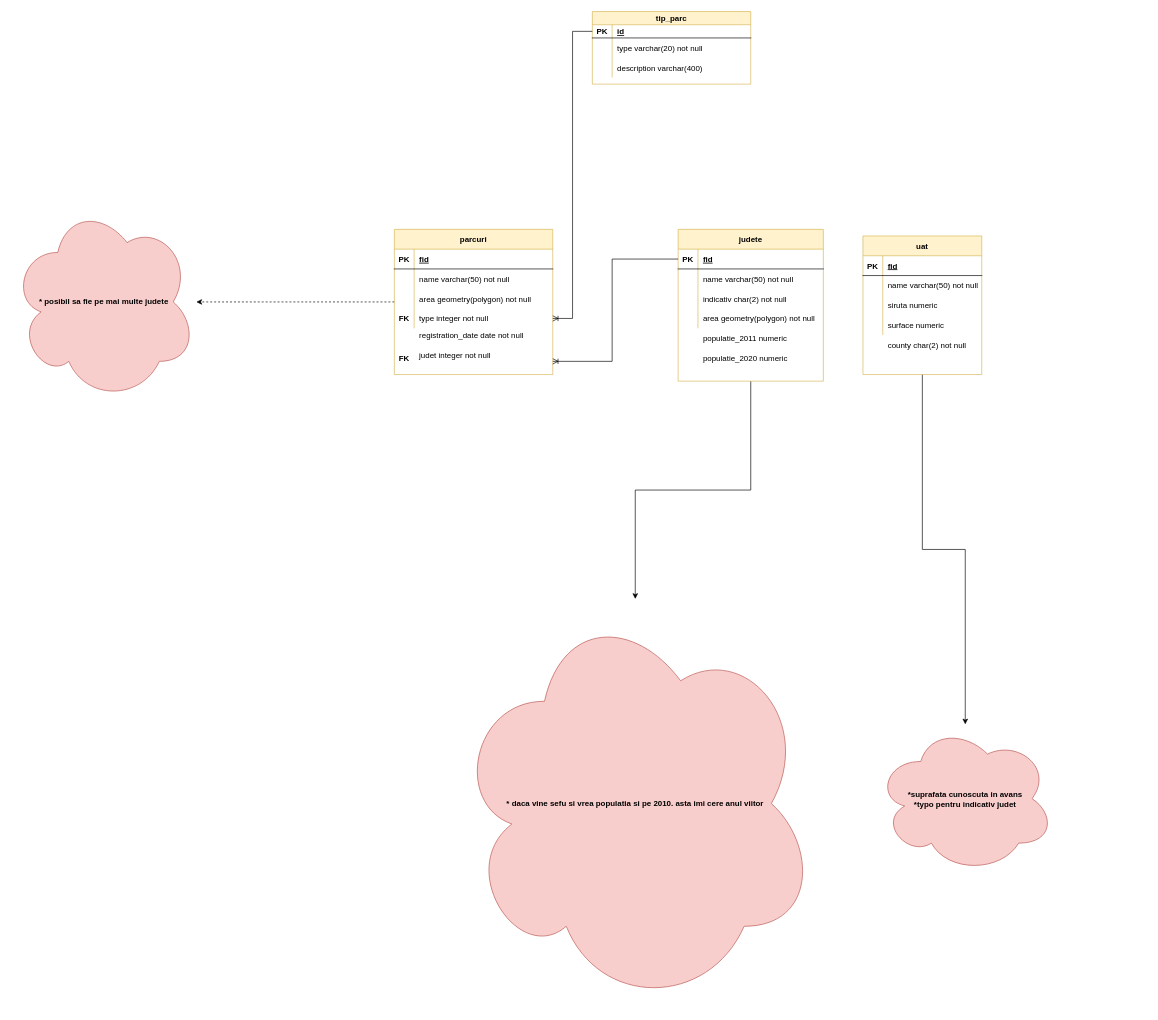
This is modelare_db1.drawio from MecaAlex/db_modeling, a draw.io file, before an edit. Source tidied: cells renumbered, new cells numbered last; positions are measured from the earlier drawing's top-left corner, leaving out a move shared by most shapes. Both pictures are drawn from the tidied source at 66%, with x=0, y=0 at pixel (11, 11).
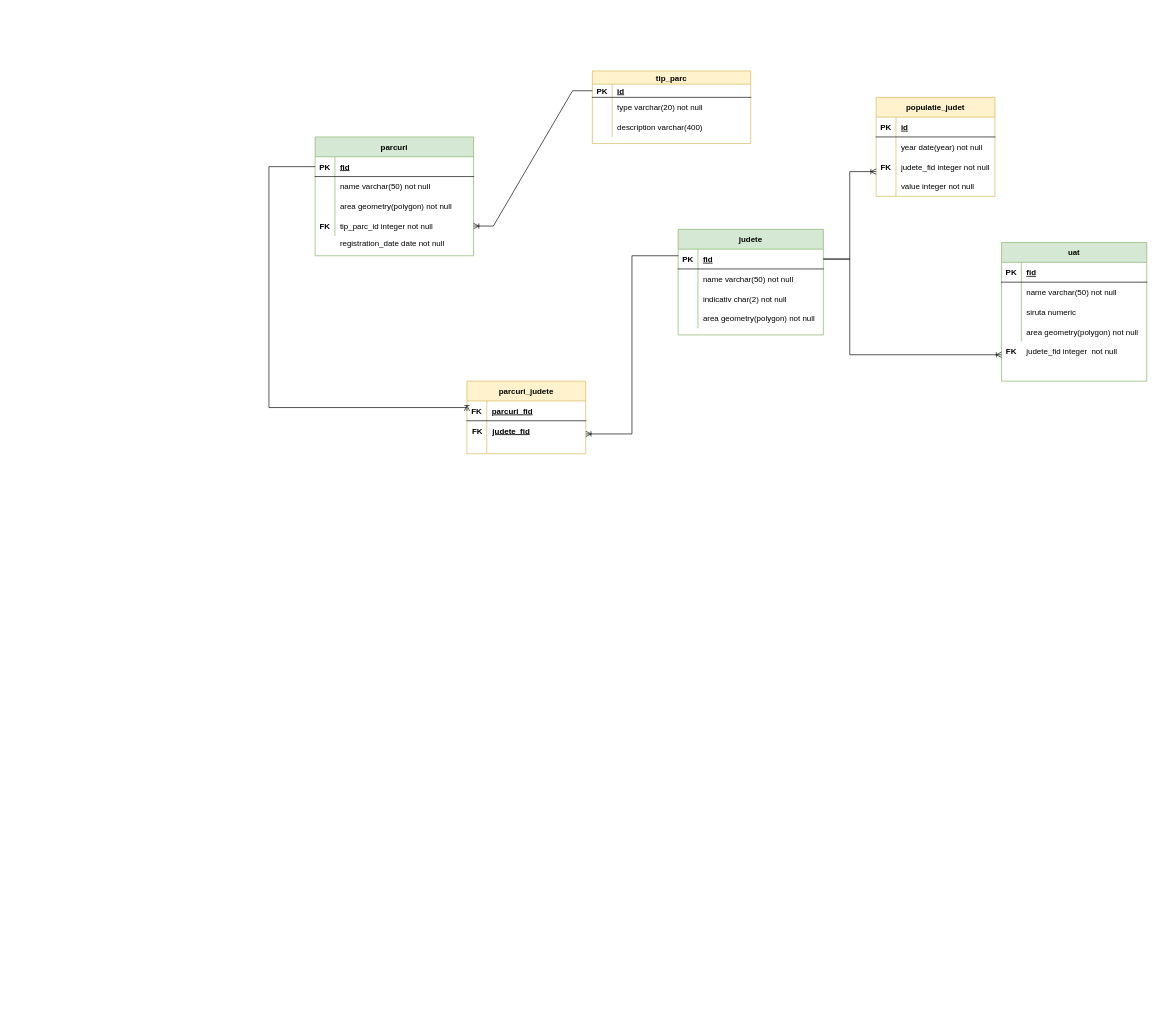
Above is the later version.

Unchanged cells that the change refers to:
```xml
<mxCell id="13" style="shape=tableRow;horizontal=0;startSize=0;swimlaneHead=0;swimlaneBody=0;fillColor=none;points=[[0,0.5],[1,0.5]];portConstraint=eastwest;top=0;left=0;right=0;bottom=0;" parent="3" vertex="1">
  <mxGeometry y="120" width="240" height="30" as="geometry" />
</mxCell>
<mxCell id="16" style="shape=tableRow;horizontal=0;startSize=0;swimlaneHead=0;swimlaneBody=0;fillColor=none;top=0;left=0;right=0;bottom=0;" parent="1" vertex="1">
  <mxGeometry x="640" y="480" width="220" height="30" as="geometry" />
</mxCell>
<mxCell id="22" style="shape=tableRow;horizontal=0;startSize=0;swimlaneHead=0;swimlaneBody=0;fillColor=none;points=[[0,0.5],[1,0.5]];portConstraint=eastwest;top=0;left=0;right=0;bottom=1;" parent="21" vertex="1">
  <mxGeometry y="30" width="220" height="30" as="geometry" />
</mxCell>
```

What changed in the source:
```diff
@@
-    <mxCell id="2" style="edgeStyle=orthogonalEdgeStyle;rounded=0;jettySize=auto;html=1;dashed=1;" parent="1" edge="1" source="3" target="51">
-      <mxGeometry relative="1" as="geometry" />
-    </mxCell>
-    <mxCell id="3" value="parcuri" style="shape=table;startSize=30;childLayout=tableLayout;rowLines=0;fontStyle=1;align=center;fillColor=#fff2cc;strokeColor=#d6b656;" parent="1" vertex="1">
-      <mxGeometry x="580" y="330" width="240" height="220" as="geometry" />
+    <mxCell id="3" value="parcuri" style="shape=table;startSize=30;childLayout=tableLayout;rowLines=0;fontStyle=1;align=center;fillColor=#d5e8d4;strokeColor=#82b366;" parent="1" vertex="1">
+      <mxGeometry x="460" y="190" width="240" height="180" as="geometry" />
     </mxCell>
@@
-    <mxCell id="15" value="type integer not null" style="shape=partialRectangle;fillColor=none;top=0;left=0;bottom=0;right=0;align=left;spacingLeft=6;overflow=hidden;" parent="13" vertex="1">
+    <mxCell id="15" value="tip_parc_id integer not null" style="shape=partialRectangle;fillColor=none;top=0;left=0;bottom=0;right=0;align=left;spacingLeft=6;overflow=hidden;" parent="13" vertex="1">
       <mxGeometry x="30" width="210" height="30" as="geometry" />
     </mxCell>
@@
     <mxCell id="17" style="shape=partialRectangle;fillColor=none;top=0;left=0;bottom=0;right=0;overflow=hidden;" parent="16" vertex="1">
-      <mxGeometry width="30" height="30" as="geometry" />
+      <mxGeometry x="-120" y="-140" width="30" height="30" as="geometry" />
     </mxCell>
     <mxCell id="18" value="registration_date date not null" style="shape=partialRectangle;fillColor=none;top=0;left=0;bottom=0;right=0;align=left;spacingLeft=6;overflow=hidden;" parent="1" vertex="1">
-      <mxGeometry x="610" y="475" width="190" height="30" as="geometry" />
+      <mxGeometry x="490" y="335" width="190" height="30" as="geometry" />
     </mxCell>
-    <mxCell id="19" value="judet integer not null" style="shape=partialRectangle;fillColor=none;top=0;left=0;bottom=0;right=0;align=left;spacingLeft=6;overflow=hidden;" parent="1" vertex="1">
-      <mxGeometry x="610" y="505" width="190" height="30" as="geometry" />
-    </mxCell>
-    <mxCell id="20" style="edgeStyle=orthogonalEdgeStyle;rounded=0;jettySize=auto;html=1;" parent="1" edge="1" source="21" target="52">
-      <mxGeometry relative="1" as="geometry" />
-    </mxCell>
-    <mxCell id="21" value="judete" style="shape=table;startSize=30;childLayout=tableLayout;rowLines=0;fontStyle=1;align=center;fillColor=#fff2cc;strokeColor=#d6b656;" parent="1" vertex="1">
-      <mxGeometry x="1010" y="330" width="220" height="230" as="geometry" />
+    <mxCell id="21" value="judete" style="shape=table;startSize=30;childLayout=tableLayout;rowLines=0;fontStyle=1;align=center;fillColor=#d5e8d4;strokeColor=#82b366;" parent="1" vertex="1">
+      <mxGeometry x="1010" y="330" width="220" height="160" as="geometry" />
     </mxCell>
@@
-    <mxCell id="34" value="populatie_2011 numeric" style="shape=partialRectangle;fillColor=none;top=0;left=0;bottom=0;right=0;align=left;spacingLeft=6;overflow=hidden;" parent="1" vertex="1">
-      <mxGeometry x="1040" y="480" width="150" height="30" as="geometry" />
-    </mxCell>
-    <mxCell id="35" value="populatie_2020 numeric" style="shape=partialRectangle;fillColor=none;top=0;left=0;bottom=0;right=0;align=left;spacingLeft=6;overflow=hidden;" parent="1" vertex="1">
-      <mxGeometry x="1040" y="510" width="150" height="30" as="geometry" />
-    </mxCell>
-    <mxCell id="36" style="edgeStyle=orthogonalEdgeStyle;rounded=0;jettySize=auto;html=1;" parent="1" edge="1" source="37" target="53">
-      <mxGeometry relative="1" as="geometry" />
-    </mxCell>
-    <mxCell id="37" value="uat" style="shape=table;startSize=30;childLayout=tableLayout;rowLines=0;fontStyle=1;align=center;fillColor=#fff2cc;strokeColor=#d6b656;" parent="1" vertex="1">
-      <mxGeometry x="1290" y="340" width="180" height="210" as="geometry" />
+    <mxCell id="37" value="uat" style="shape=table;startSize=30;childLayout=tableLayout;rowLines=0;fontStyle=1;align=center;fillColor=#d5e8d4;strokeColor=#82b366;" parent="1" vertex="1">
+      <mxGeometry x="1500" y="350" width="220" height="210" as="geometry" />
     </mxCell>
     <mxCell id="38" style="shape=tableRow;horizontal=0;startSize=0;swimlaneHead=0;swimlaneBody=0;fillColor=none;top=0;left=0;right=0;bottom=1;" parent="37" vertex="1">
-      <mxGeometry y="30" width="180" height="30" as="geometry" />
+      <mxGeometry y="30" width="220" height="30" as="geometry" />
     </mxCell>
@@
     <mxCell id="40" value="fid" style="shape=partialRectangle;fillColor=none;top=0;left=0;bottom=0;right=0;align=left;spacingLeft=6;fontStyle=5;overflow=hidden;" parent="38" vertex="1">
-      <mxGeometry x="30" width="150" height="30" as="geometry" />
+      <mxGeometry x="30" width="190" height="30" as="geometry" />
     </mxCell>
     <mxCell id="41" style="shape=tableRow;horizontal=0;startSize=0;swimlaneHead=0;swimlaneBody=0;fillColor=none;top=0;left=0;right=0;bottom=0;" parent="37" vertex="1">
-      <mxGeometry y="60" width="180" height="30" as="geometry" />
+      <mxGeometry y="60" width="220" height="30" as="geometry" />
     </mxCell>
@@
     <mxCell id="43" value="name varchar(50) not null" style="shape=partialRectangle;fillColor=none;top=0;left=0;bottom=0;right=0;align=left;spacingLeft=6;overflow=hidden;" parent="41" vertex="1">
-      <mxGeometry x="30" width="150" height="30" as="geometry" />
+      <mxGeometry x="30" width="190" height="30" as="geometry" />
     </mxCell>
     <mxCell id="44" style="shape=tableRow;horizontal=0;startSize=0;swimlaneHead=0;swimlaneBody=0;fillColor=none;top=0;left=0;right=0;bottom=0;" parent="37" vertex="1">
-      <mxGeometry y="90" width="180" height="30" as="geometry" />
+      <mxGeometry y="90" width="220" height="30" as="geometry" />
     </mxCell>
@@
     <mxCell id="46" value="siruta numeric" style="shape=partialRectangle;fillColor=none;top=0;left=0;bottom=0;right=0;align=left;spacingLeft=6;overflow=hidden;" parent="44" vertex="1">
-      <mxGeometry x="30" width="150" height="30" as="geometry" />
+      <mxGeometry x="30" width="190" height="30" as="geometry" />
     </mxCell>
     <mxCell id="47" style="shape=tableRow;horizontal=0;startSize=0;swimlaneHead=0;swimlaneBody=0;fillColor=none;top=0;left=0;right=0;bottom=0;" parent="37" vertex="1">
-      <mxGeometry y="120" width="180" height="30" as="geometry" />
+      <mxGeometry y="120" width="220" height="30" as="geometry" />
     </mxCell>
@@
-    <mxCell id="49" value="surface numeric" style="shape=partialRectangle;fillColor=none;top=0;left=0;bottom=0;right=0;align=left;spacingLeft=6;overflow=hidden;" parent="47" vertex="1">
-      <mxGeometry x="30" width="150" height="30" as="geometry" />
+    <mxCell id="49" value="area geometry(polygon) not null" style="shape=partialRectangle;fillColor=none;top=0;left=0;bottom=0;right=0;align=left;spacingLeft=6;overflow=hidden;" parent="47" vertex="1">
+      <mxGeometry x="30" width="190" height="30" as="geometry" />
     </mxCell>
-    <mxCell id="50" value="county char(2) not null" style="shape=partialRectangle;fillColor=none;top=0;left=0;bottom=0;right=0;align=left;spacingLeft=6;overflow=hidden;" parent="1" vertex="1">
-      <mxGeometry x="1320" y="490" width="150" height="30" as="geometry" />
+    <mxCell id="50" value="judete_fid integer  not null" style="shape=partialRectangle;fillColor=none;top=0;left=0;bottom=0;right=0;align=left;spacingLeft=6;overflow=hidden;" parent="1" vertex="1">
+      <mxGeometry x="1530" y="500" width="150" height="30" as="geometry" />
     </mxCell>
-    <mxCell id="51" value="* posibil sa fie pe mai multe judete&lt;br&gt;" style="ellipse;shape=cloud;whiteSpace=wrap;html=1;fillColor=#f8cecc;strokeColor=#b85450;startSize=30;fontStyle=1;" parent="1" vertex="1">
-      <mxGeometry y="290" width="280" height="300" as="geometry" />
-    </mxCell>
-    <mxCell id="52" value="* daca vine sefu si vrea populatia si pe 2010. asta imi cere anul viitor" style="ellipse;shape=cloud;whiteSpace=wrap;html=1;fillColor=#f8cecc;strokeColor=#b85450;startSize=30;fontStyle=1;" parent="1" vertex="1">
-      <mxGeometry x="670" y="890" width="550" height="620" as="geometry" />
-    </mxCell>
-    <mxCell id="53" value="*suprafata cunoscuta in avans&lt;br&gt;*typo pentru indicativ judet" style="ellipse;shape=cloud;whiteSpace=wrap;html=1;fillColor=#f8cecc;strokeColor=#b85450;startSize=30;fontStyle=1;" parent="1" vertex="1">
-      <mxGeometry x="1310" y="1080" width="270" height="225" as="geometry" />
-    </mxCell>
     <mxCell id="54" value="tip_parc" style="shape=table;startSize=20;childLayout=tableLayout;rowLines=0;fontStyle=1;align=center;fillColor=#fff2cc;strokeColor=#d6b656;" parent="1" vertex="1">
-      <mxGeometry x="880" width="240" height="110" as="geometry" />
+      <mxGeometry x="880" y="90" width="240" height="110" as="geometry" />
     </mxCell>
@@
     <mxCell id="64" value="FK" style="shape=partialRectangle;fillColor=none;top=0;left=0;bottom=0;right=0;fontStyle=1;overflow=hidden;" parent="1" vertex="1">
-      <mxGeometry x="580" y="450" width="30" height="30" as="geometry" />
+      <mxGeometry x="460" y="310" width="30" height="30" as="geometry" />
     </mxCell>
@@
-    <mxCell id="66" value="FK" style="shape=partialRectangle;fillColor=none;top=0;left=0;bottom=0;right=0;fontStyle=1;overflow=hidden;" parent="1" vertex="1">
-      <mxGeometry x="580" y="510" width="30" height="30" as="geometry" />
-    </mxCell>
-    <mxCell id="67" style="fontSize=12;html=1;endArrow=ERoneToMany;rounded=0;exitX=0;exitY=0.5;exitDx=0;exitDy=0;edgeStyle=orthogonalEdgeStyle;" parent="1" edge="1" source="22">
-      <mxGeometry relative="1" as="geometry">
-        <mxPoint x="820" y="530" as="targetPoint" />
-        <Array as="points">
-          <mxPoint x="910" y="375" />
-          <mxPoint x="910" y="530" />
-        </Array>
-      </mxGeometry>
-    </mxCell>
+    <mxCell id="68" value="populatie_judet" style="shape=table;startSize=30;childLayout=tableLayout;rowLines=0;fontStyle=1;align=center;fillColor=#fff2cc;strokeColor=#d6b656;" parent="1" vertex="1">
+      <mxGeometry x="1310" y="130" width="180" height="150" as="geometry" />
+    </mxCell>
+    <mxCell id="69" style="shape=tableRow;horizontal=0;startSize=0;swimlaneHead=0;swimlaneBody=0;fillColor=none;top=0;left=0;right=0;bottom=1;" parent="68" vertex="1">
+      <mxGeometry y="30" width="180" height="30" as="geometry" />
+    </mxCell>
+    <mxCell id="70" value="PK" style="shape=partialRectangle;fillColor=none;top=0;left=0;bottom=0;right=0;fontStyle=1;overflow=hidden;" parent="69" vertex="1">
+      <mxGeometry width="30" height="30" as="geometry" />
+    </mxCell>
+    <mxCell id="71" value="id" style="shape=partialRectangle;fillColor=none;top=0;left=0;bottom=0;right=0;align=left;spacingLeft=6;fontStyle=5;overflow=hidden;" parent="69" vertex="1">
+      <mxGeometry x="30" width="150" height="30" as="geometry" />
+    </mxCell>
+    <mxCell id="72" style="shape=tableRow;horizontal=0;startSize=0;swimlaneHead=0;swimlaneBody=0;fillColor=none;top=0;left=0;right=0;bottom=0;" parent="68" vertex="1">
+      <mxGeometry y="60" width="180" height="30" as="geometry" />
+    </mxCell>
+    <mxCell id="73" style="shape=partialRectangle;fillColor=none;top=0;left=0;bottom=0;right=0;overflow=hidden;" parent="72" vertex="1">
+      <mxGeometry width="30" height="30" as="geometry" />
+    </mxCell>
+    <mxCell id="74" value="year date(year) not null" style="shape=partialRectangle;fillColor=none;top=0;left=0;bottom=0;right=0;align=left;spacingLeft=6;overflow=hidden;" parent="72" vertex="1">
+      <mxGeometry x="30" width="150" height="30" as="geometry" />
+    </mxCell>
+    <mxCell id="75" style="shape=tableRow;horizontal=0;startSize=0;swimlaneHead=0;swimlaneBody=0;fillColor=none;top=0;left=0;right=0;bottom=0;" parent="68" vertex="1">
+      <mxGeometry y="90" width="180" height="30" as="geometry" />
+    </mxCell>
+    <mxCell id="76" style="shape=partialRectangle;fillColor=none;top=0;left=0;bottom=0;right=0;overflow=hidden;" parent="75" vertex="1">
+      <mxGeometry width="30" height="30" as="geometry" />
+    </mxCell>
+    <mxCell id="77" value="judete_fid integer not null" style="shape=partialRectangle;fillColor=none;top=0;left=0;bottom=0;right=0;align=left;spacingLeft=6;overflow=hidden;" parent="75" vertex="1">
+      <mxGeometry x="30" width="150" height="30" as="geometry" />
+    </mxCell>
+    <mxCell id="78" style="shape=tableRow;horizontal=0;startSize=0;swimlaneHead=0;swimlaneBody=0;fillColor=none;top=0;left=0;right=0;bottom=0;" parent="68" vertex="1">
+      <mxGeometry y="120" width="180" height="30" as="geometry" />
+    </mxCell>
+    <mxCell id="79" style="shape=partialRectangle;fillColor=none;top=0;left=0;bottom=0;right=0;overflow=hidden;" parent="78" vertex="1">
+      <mxGeometry width="30" height="30" as="geometry" />
+    </mxCell>
+    <mxCell id="80" value="value integer not null" style="shape=partialRectangle;fillColor=none;top=0;left=0;bottom=0;right=0;align=left;spacingLeft=6;overflow=hidden;" parent="78" vertex="1">
+      <mxGeometry x="30" width="150" height="30" as="geometry" />
+    </mxCell>
+    <mxCell id="81" value="FK" style="shape=partialRectangle;fillColor=none;top=0;left=0;bottom=0;right=0;fontStyle=1;overflow=hidden;" parent="1" vertex="1">
+      <mxGeometry x="1310" y="220" width="30" height="30" as="geometry" />
+    </mxCell>
+    <mxCell id="82" style="edgeStyle=orthogonalEdgeStyle;fontSize=12;html=1;endArrow=ERoneToMany;rounded=0;exitX=1;exitY=0.5;exitDx=0;exitDy=0;entryX=0;entryY=0.75;entryDx=0;entryDy=0;" parent="1" edge="1" source="22" target="68">
+      <mxGeometry relative="1" as="geometry" />
+    </mxCell>
+    <mxCell id="83" value="FK" style="shape=partialRectangle;fillColor=none;top=0;left=0;bottom=0;right=0;fontStyle=1;overflow=hidden;" parent="1" vertex="1">
+      <mxGeometry x="1500" y="500" width="30" height="30" as="geometry" />
+    </mxCell>
+    <mxCell id="84" style="edgeStyle=orthogonalEdgeStyle;fontSize=12;html=1;endArrow=ERoneToMany;rounded=0;" parent="1" edge="1" source="22">
+      <mxGeometry relative="1" as="geometry">
+        <mxPoint x="1500" y="520" as="targetPoint" />
+        <Array as="points">
+          <mxPoint x="1270" y="375" />
+          <mxPoint x="1270" y="520" />
+        </Array>
+      </mxGeometry>
+    </mxCell>
+    <mxCell id="85" value="parcuri_judete" style="shape=table;startSize=30;childLayout=tableLayout;rowLines=0;fontStyle=1;align=center;fillColor=#fff2cc;strokeColor=#d6b656;" parent="1" vertex="1">
+      <mxGeometry x="690" y="560" width="180" height="110" as="geometry" />
+    </mxCell>
+    <mxCell id="86" style="shape=tableRow;horizontal=0;startSize=0;swimlaneHead=0;swimlaneBody=0;fillColor=none;points=[[0,0.5],[1,0.5]];portConstraint=eastwest;top=0;left=0;right=0;bottom=1;" parent="85" vertex="1">
+      <mxGeometry y="30" width="180" height="30" as="geometry" />
+    </mxCell>
+    <mxCell id="87" value="FK" style="shape=partialRectangle;fillColor=none;top=0;left=0;bottom=0;right=0;fontStyle=1;overflow=hidden;" parent="86" vertex="1">
+      <mxGeometry width="30" height="30" as="geometry" />
+    </mxCell>
+    <mxCell id="88" value="parcuri_fid" style="shape=partialRectangle;fillColor=none;top=0;left=0;bottom=0;right=0;align=left;spacingLeft=6;fontStyle=5;overflow=hidden;" parent="86" vertex="1">
+      <mxGeometry x="30" width="150" height="30" as="geometry" />
+    </mxCell>
+    <mxCell id="89" style="shape=tableRow;horizontal=0;startSize=0;swimlaneHead=0;swimlaneBody=0;fillColor=none;top=0;left=0;right=0;bottom=0;" parent="85" vertex="1">
+      <mxGeometry y="60" width="180" height="30" as="geometry" />
+    </mxCell>
+    <mxCell id="90" style="shape=partialRectangle;fillColor=none;top=0;left=0;bottom=0;right=0;overflow=hidden;" parent="89" vertex="1">
+      <mxGeometry width="30" height="30" as="geometry" />
+    </mxCell>
+    <mxCell id="91" style="shape=partialRectangle;fillColor=none;top=0;left=0;bottom=0;right=0;align=left;spacingLeft=6;overflow=hidden;" parent="89" vertex="1">
+      <mxGeometry x="30" width="150" height="30" as="geometry" />
+    </mxCell>
+    <mxCell id="92" style="shape=tableRow;horizontal=0;startSize=0;swimlaneHead=0;swimlaneBody=0;fillColor=none;top=0;left=0;right=0;bottom=0;" parent="85" vertex="1">
+      <mxGeometry y="90" width="180" height="20" as="geometry" />
+    </mxCell>
+    <mxCell id="93" style="shape=partialRectangle;fillColor=none;top=0;left=0;bottom=0;right=0;overflow=hidden;" parent="92" vertex="1">
+      <mxGeometry width="30" height="20" as="geometry" />
+    </mxCell>
+    <mxCell id="94" style="shape=partialRectangle;fillColor=none;top=0;left=0;bottom=0;right=0;align=left;spacingLeft=6;overflow=hidden;" parent="92" vertex="1">
+      <mxGeometry x="30" width="150" height="20" as="geometry" />
+    </mxCell>
+    <mxCell id="95" style="edgeStyle=orthogonalEdgeStyle;fontSize=12;html=1;endArrow=ERoneToMany;rounded=0;entryX=0;entryY=0.5;entryDx=0;entryDy=0;" parent="1" edge="1" target="86">
+      <mxGeometry relative="1" as="geometry">
+        <mxPoint x="460" y="235" as="sourcePoint" />
+        <Array as="points">
+          <mxPoint x="390" y="235" />
+          <mxPoint x="390" y="600" />
+          <mxPoint x="690" y="600" />
+        </Array>
+      </mxGeometry>
+    </mxCell>
+    <mxCell id="96" style="edgeStyle=orthogonalEdgeStyle;fontSize=12;html=1;endArrow=ERoneToMany;rounded=0;exitX=0;exitY=0.25;exitDx=0;exitDy=0;" parent="1" edge="1" source="21">
+      <mxGeometry relative="1" as="geometry">
+        <mxPoint x="870" y="640" as="targetPoint" />
+        <Array as="points">
+          <mxPoint x="940" y="370" />
+          <mxPoint x="940" y="640" />
+        </Array>
+      </mxGeometry>
+    </mxCell>
+    <mxCell id="97" style="group;" parent="1" vertex="1">
+      <mxGeometry x="691" y="620" width="180" height="30" as="geometry" />
+    </mxCell>
+    <mxCell id="98" value="FK" style="shape=partialRectangle;fillColor=none;top=0;left=0;bottom=0;right=0;fontStyle=1;overflow=hidden;" parent="97" vertex="1">
+      <mxGeometry width="30" height="30" as="geometry" />
+    </mxCell>
+    <mxCell id="99" value="judete_fid" style="shape=partialRectangle;fillColor=none;top=0;left=0;bottom=0;right=0;align=left;spacingLeft=6;fontStyle=5;overflow=hidden;" parent="97" vertex="1">
+      <mxGeometry x="30" width="150" height="30" as="geometry" />
+    </mxCell>
```
